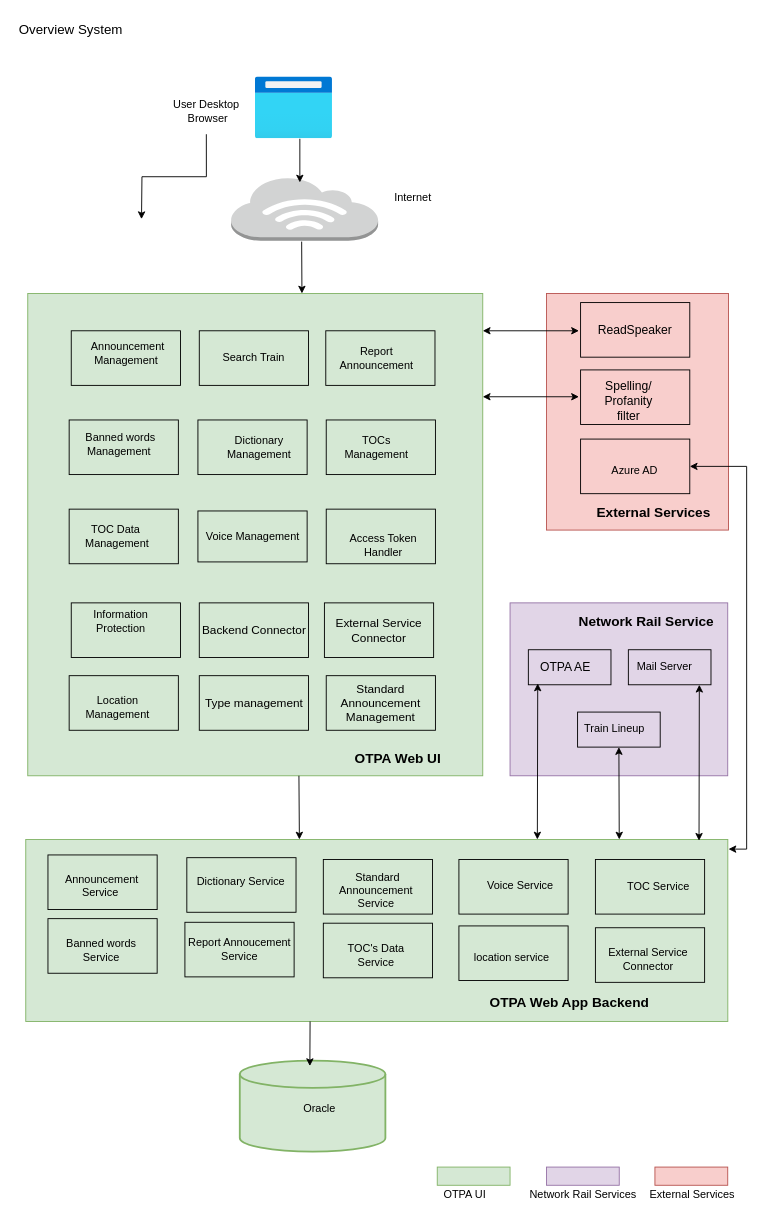
Above: Untitled Diagram.drawio in dieunguyen2003/deploycode (draw.io), before the change. Source tidied: cells renumbered, new cells numbered last; positions are measured from the earlier drawing's top-left corner, leaving out a move shared by most shapes. Both pictures are drawn from the tidied source at 91%, with x=0, y=0 at pixel (15, 15).
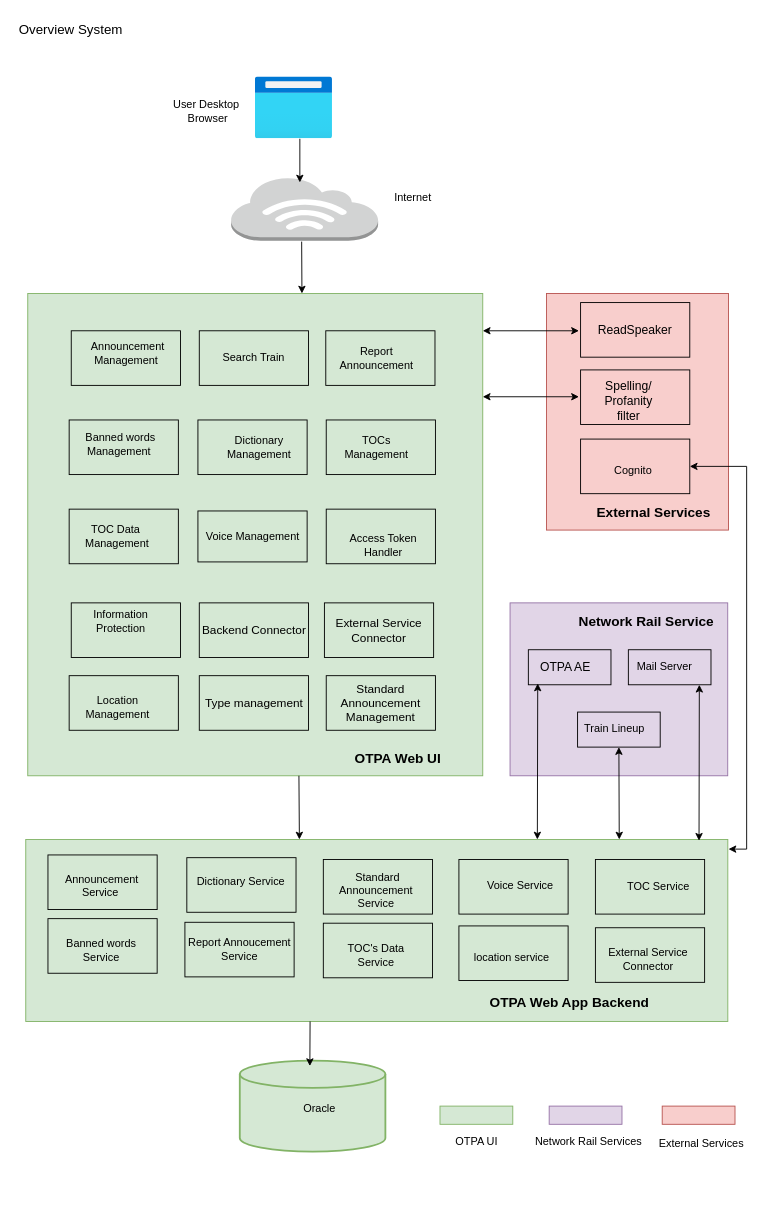
After the change.

The change refers to these unchanged cells:
```xml
<mxCell id="22" value="User Desktop&lt;br&gt;&amp;nbsp;Browser" style="text;html=1;strokeColor=none;fillColor=none;align=center;verticalAlign=middle;whiteSpace=wrap;rounded=0;" parent="1" vertex="1">
  <mxGeometry x="143" y="80" width="132.5" height="50" as="geometry" />
</mxCell>
```

What changed in the source:
```diff
@@
-    <mxCell id="21" style="edgeStyle=orthogonalEdgeStyle;rounded=0;jettySize=auto;html=1;exitX=0.5;exitY=1;exitDx=0;exitDy=0;" parent="1" edge="1" source="22">
-      <mxGeometry relative="1" as="geometry">
-        <mxPoint x="138" y="223.3" as="targetPoint" />
-      </mxGeometry>
-    </mxCell>
@@
-    <mxCell id="32" value="&amp;nbsp;Azure AD" style="text;html=1;strokeColor=none;fillColor=none;align=center;verticalAlign=middle;whiteSpace=wrap;rounded=0;" parent="1" vertex="1">
+    <mxCell id="32" value="Cognito" style="text;html=1;strokeColor=none;fillColor=none;align=center;verticalAlign=middle;whiteSpace=wrap;rounded=0;" parent="1" vertex="1">
       <mxGeometry x="625.5" y="475" width="105" height="50" as="geometry" />
     </mxCell>
@@
-    <mxCell id="52" style="rounded=0;whiteSpace=wrap;html=1;fontSize=13;fillColor=none;" parent="1" vertex="1">
-      <mxGeometry x="620.5" y="465" width="120" height="60" as="geometry" />
-    </mxCell>
@@
     <mxCell id="87" style="rounded=0;whiteSpace=wrap;html=1;fillColor=#d5e8d4;strokeColor=#82b366;" parent="1" vertex="1">
-      <mxGeometry x="463" y="1265" width="80" height="20" as="geometry" />
+      <mxGeometry x="466" y="1198" width="80" height="20" as="geometry" />
     </mxCell>
     <mxCell id="88" value="OTPA UI" style="text;html=1;align=center;verticalAlign=middle;strokeColor=none;fillColor=none;" parent="1" vertex="1">
-      <mxGeometry x="458" y="1280" width="70" height="30" as="geometry" />
+      <mxGeometry x="471" y="1222" width="70" height="30" as="geometry" />
     </mxCell>
     <mxCell id="89" style="rounded=0;whiteSpace=wrap;html=1;fillColor=#e1d5e7;strokeColor=#9673a6;" parent="1" vertex="1">
-      <mxGeometry x="583" y="1265" width="80" height="20" as="geometry" />
+      <mxGeometry x="586" y="1198" width="80" height="20" as="geometry" />
     </mxCell>
     <mxCell id="90" value="Network Rail Services" style="text;html=1;align=center;verticalAlign=middle;strokeColor=none;fillColor=none;" parent="1" vertex="1">
-      <mxGeometry x="553" y="1280" width="140" height="30" as="geometry" />
+      <mxGeometry x="559" y="1222" width="140" height="30" as="geometry" />
     </mxCell>
     <mxCell id="91" style="rounded=0;whiteSpace=wrap;html=1;fillColor=#f8cecc;strokeColor=#b85450;" parent="1" vertex="1">
-      <mxGeometry x="702.2" y="1265" width="80" height="20" as="geometry" />
+      <mxGeometry x="710.2" y="1198" width="80" height="20" as="geometry" />
     </mxCell>
     <mxCell id="92" value="External Services" style="text;html=1;align=center;verticalAlign=middle;strokeColor=none;fillColor=none;" parent="1" vertex="1">
-      <mxGeometry x="683" y="1280" width="120" height="30" as="geometry" />
+      <mxGeometry x="693" y="1224" width="120" height="30" as="geometry" />
     </mxCell>
+    <mxCell id="52" style="rounded=0;whiteSpace=wrap;html=1;fontSize=13;fillColor=none;" parent="1" vertex="1">
+      <mxGeometry x="620.5" y="465" width="120" height="60" as="geometry" />
+    </mxCell>
```
